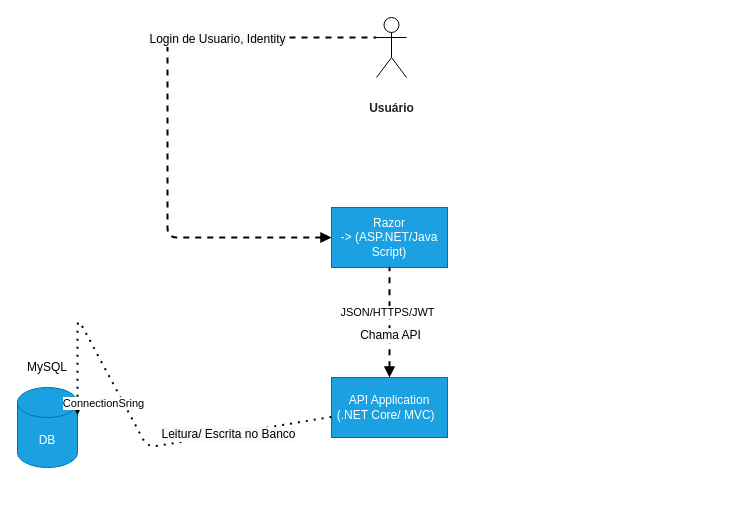
Above: page "Diagrama de Contêiner" (2 of 3) of Documentações/Diamantes - MyFinances.drawio in Stwart-Cordeiro/MyFinance (draw.io), before the change. Source tidied: cells renumbered, new cells numbered last; positions are measured from the earlier drawing's top-left corner, leaving out a move shared by most shapes. Both pictures are drawn from the tidied source at 100%, with x=0, y=0 at pixel (17, 17).
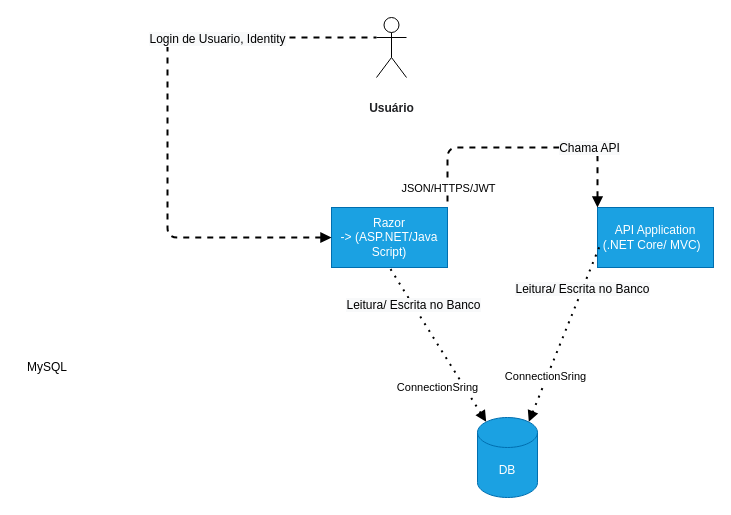
The same page after the edit.

Unchanged cells that the change refers to:
```xml
<mxCell id="3" value="Razor &lt;br&gt;-&amp;gt; (ASP.NET/Java Script)" style="rounded=0;whiteSpace=wrap;html=1;fillColor=#1ba1e2;strokeColor=#006EAF;fontColor=#ffffff;" parent="1" vertex="1">
  <mxGeometry x="314" y="190" width="116" height="60" as="geometry" />
</mxCell>
```

Diff of the diagram source:
```diff
@@
     <mxCell id="6" value="API Application&lt;br&gt;(.NET Core/ MVC)&amp;nbsp;&amp;nbsp;" style="rounded=0;whiteSpace=wrap;html=1;fillColor=#1ba1e2;strokeColor=#006EAF;fontColor=#ffffff;" parent="1" vertex="1">
-      <mxGeometry x="314" y="360" width="116" height="60" as="geometry" />
+      <mxGeometry x="580" y="190" width="116" height="60" as="geometry" />
     </mxCell>
     <mxCell id="7" value="DB" style="shape=cylinder3;whiteSpace=wrap;html=1;boundedLbl=1;backgroundOutline=1;size=15;fillColor=#1ba1e2;strokeColor=#006EAF;fontColor=#ffffff;" parent="1" vertex="1">
-      <mxGeometry y="370" width="60" height="80" as="geometry" />
+      <mxGeometry x="460" y="400" width="60" height="80" as="geometry" />
     </mxCell>
@@
-    <mxCell id="9" style="endArrow=none;dashed=1;html=1;dashPattern=1 3;strokeWidth=2;startArrow=block;startFill=1;exitX=1;exitY=0;exitDx=0;exitDy=27.5;exitPerimeter=0;entryX=0.017;entryY=0.65;entryDx=0;entryDy=0;entryPerimeter=0;" parent="1" edge="1" source="7" target="6">
-      <mxGeometry relative="1" as="geometry">
-        <Array as="points">
-          <mxPoint x="60" y="300" />
-          <mxPoint x="130" y="430" />
-        </Array>
-      </mxGeometry>
+    <mxCell id="9" style="endArrow=none;dashed=1;html=1;dashPattern=1 3;strokeWidth=2;startArrow=block;startFill=1;exitX=0.855;exitY=0;exitDx=0;exitDy=4.35;exitPerimeter=0;entryX=0.017;entryY=0.65;entryDx=0;entryDy=0;entryPerimeter=0;" parent="1" edge="1" source="7" target="6">
+      <mxGeometry relative="1" as="geometry" />
     </mxCell>
@@
-    <mxCell id="12" style="endArrow=none;dashed=1;html=1;strokeWidth=2;startArrow=block;startFill=1;exitX=0.5;exitY=0;exitDx=0;exitDy=0;entryX=0.5;entryY=1;entryDx=0;entryDy=0;" parent="1" edge="1" source="6" target="3">
-      <mxGeometry relative="1" as="geometry" />
+    <mxCell id="12" style="endArrow=none;dashed=1;html=1;strokeWidth=2;startArrow=block;startFill=1;exitX=0;exitY=0;exitDx=0;exitDy=0;entryX=1;entryY=0;entryDx=0;entryDy=0;" parent="1" edge="1" source="6" target="3">
+      <mxGeometry relative="1" as="geometry">
+        <Array as="points">
+          <mxPoint x="580" y="130" />
+          <mxPoint x="500" y="130" />
+          <mxPoint x="430" y="130" />
+        </Array>
+      </mxGeometry>
     </mxCell>
     <mxCell id="13" value="JSON/HTTPS/JWT" style="edgeLabel;html=1;align=center;verticalAlign=middle;" parent="12" vertex="1">
-      <mxGeometry x="0.2" y="3" relative="1" as="geometry" />
+      <mxGeometry x="0.2" y="3" relative="1" as="geometry">
+        <mxPoint x="-48" y="37" as="offset" />
+      </mxGeometry>
     </mxCell>
     <mxCell id="14" value="&lt;span style=&quot;font-size: 12px ; background-color: rgb(248 , 249 , 250)&quot;&gt;Chama API&lt;/span&gt;" style="edgeLabel;html=1;align=center;verticalAlign=middle;" parent="12" vertex="1">
-      <mxGeometry x="-0.22" relative="1" as="geometry" />
+      <mxGeometry x="-0.22" relative="1" as="geometry">
+        <mxPoint x="36" as="offset" />
+      </mxGeometry>
     </mxCell>
+    <mxCell id="15" style="endArrow=none;dashed=1;html=1;dashPattern=1 3;strokeWidth=2;startArrow=block;startFill=1;exitX=0.145;exitY=0;exitDx=0;exitDy=4.35;exitPerimeter=0;entryX=0.5;entryY=1;entryDx=0;entryDy=0;" parent="1" edge="1" source="7" target="3">
+      <mxGeometry relative="1" as="geometry" />
+    </mxCell>
+    <mxCell id="16" value="ConnectionSring" style="edgeLabel;html=1;align=center;verticalAlign=middle;" parent="15" vertex="1">
+      <mxGeometry x="-0.22" y="2" relative="1" as="geometry">
+        <mxPoint x="-10" y="23.9" as="offset" />
+      </mxGeometry>
+    </mxCell>
+    <mxCell id="17" value="&lt;span style=&quot;font-size: 12px ; background-color: rgb(248 , 249 , 250)&quot;&gt;Leitura/ Escrita no Banco&lt;/span&gt;" style="edgeLabel;html=1;align=center;verticalAlign=middle;" parent="15" vertex="1">
+      <mxGeometry x="0.51" relative="1" as="geometry" />
+    </mxCell>
```
